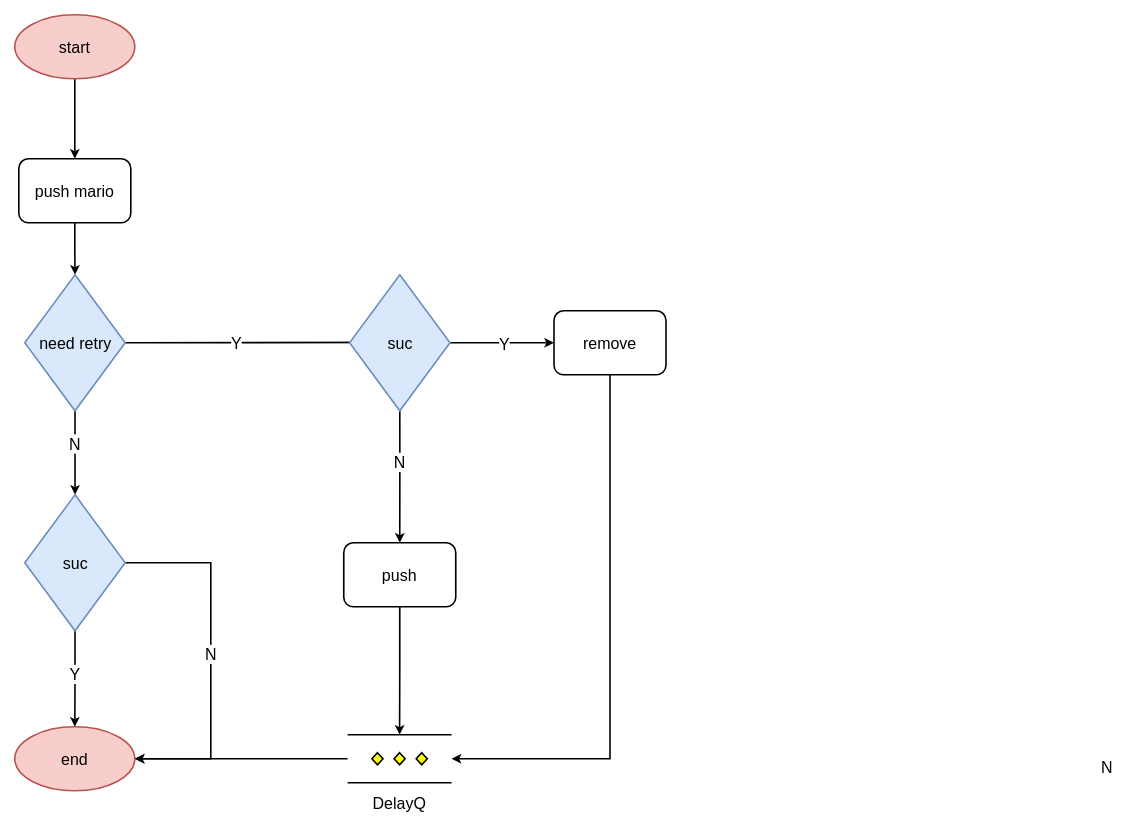
lixiangdaqian/diagrams keeps this draw.io diagram as 视频接入重试机制.drawio. Above is the earlier version. Source tidied: cells renumbered, new cells numbered last; positions are measured from the earlier drawing's top-left corner, leaving out a move shared by most shapes. Both pictures are drawn from the tidied source at 80%, with x=0, y=0 at pixel (14, 14).
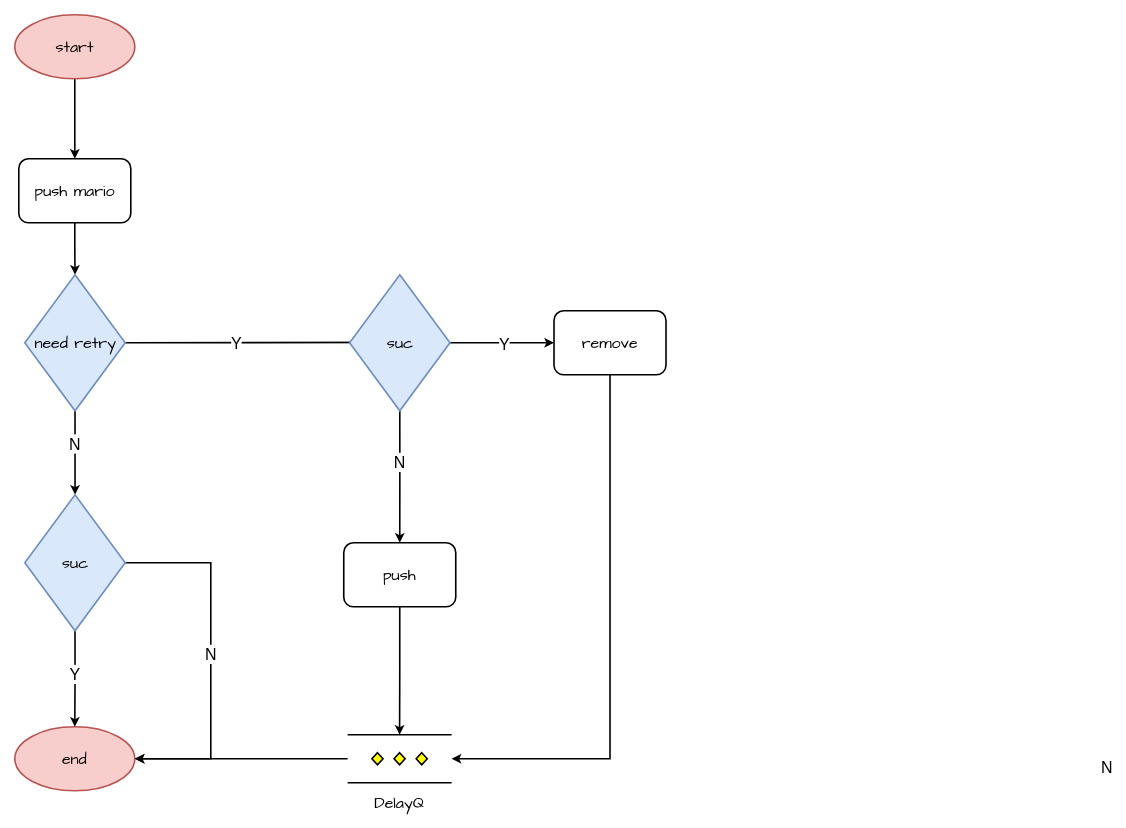
Above is the later version.

Commit message:
Update 视频接入重试机制.drawio

The edit, as a diff of the source:
```diff
@@
-    <mxCell id="3" value="push mario" style="rounded=1;whiteSpace=wrap;html=1;strokeWidth=2;fontSize=20;" parent="1" vertex="1">
+    <mxCell id="3" value="push mario" style="rounded=1;whiteSpace=wrap;html=1;strokeWidth=2;fontSize=20;fontFamily=Comic Sans MS;" parent="1" vertex="1">
       <mxGeometry x="5" y="180" width="140" height="80" as="geometry" />
     </mxCell>
@@
-    <mxCell id="9" value="need retry" style="strokeWidth=2;html=1;shape=mxgraph.flowchart.decision;whiteSpace=wrap;fontSize=20;fillColor=#dae8fc;strokeColor=#6c8ebf;shadow=0;" parent="1" vertex="1">
+    <mxCell id="9" value="need retry" style="strokeWidth=2;html=1;shape=mxgraph.flowchart.decision;whiteSpace=wrap;fontSize=20;fillColor=#dae8fc;strokeColor=#6c8ebf;shadow=0;fontFamily=Comic Sans MS;" parent="1" vertex="1">
       <mxGeometry x="12.5" y="325" width="125.5" height="170" as="geometry" />
     </mxCell>
@@
-    <mxCell id="11" value="&lt;span style=&quot;font-size: 20px;&quot;&gt;start&lt;/span&gt;" style="strokeWidth=2;html=1;shape=mxgraph.flowchart.start_2;whiteSpace=wrap;fontSize=20;fillColor=#f8cecc;strokeColor=#b85450;" parent="1" vertex="1">
+    <mxCell id="11" value="&lt;span style=&quot;font-size: 20px;&quot;&gt;start&lt;/span&gt;" style="strokeWidth=2;html=1;shape=mxgraph.flowchart.start_2;whiteSpace=wrap;fontSize=20;fillColor=#f8cecc;strokeColor=#b85450;fontFamily=Comic Sans MS;align=center;verticalAlign=middle;fontStyle=0;" parent="1" vertex="1">
       <mxGeometry width="150" height="80" as="geometry" />
     </mxCell>
@@
-    <mxCell id="16" value="&lt;span style=&quot;font-size: 20px&quot;&gt;end&lt;/span&gt;" style="strokeWidth=2;html=1;shape=mxgraph.flowchart.start_2;whiteSpace=wrap;fontSize=20;fillColor=#f8cecc;strokeColor=#b85450;" parent="1" vertex="1">
+    <mxCell id="16" value="&lt;span style=&quot;font-size: 20px&quot;&gt;end&lt;/span&gt;" style="strokeWidth=2;html=1;shape=mxgraph.flowchart.start_2;whiteSpace=wrap;fontSize=20;fillColor=#f8cecc;strokeColor=#b85450;fontFamily=Comic Sans MS;" parent="1" vertex="1">
       <mxGeometry y="890" width="150" height="80" as="geometry" />
     </mxCell>
@@
-    <mxCell id="18" value="remove" style="rounded=1;whiteSpace=wrap;html=1;strokeWidth=2;fontSize=20;" parent="1" vertex="1">
+    <mxCell id="18" value="remove" style="rounded=1;whiteSpace=wrap;html=1;strokeWidth=2;fontSize=20;fontFamily=Comic Sans MS;" parent="1" vertex="1">
       <mxGeometry x="674" y="370" width="140" height="80" as="geometry" />
     </mxCell>
@@
-    <mxCell id="20" value="push" style="rounded=1;whiteSpace=wrap;html=1;strokeWidth=2;fontSize=20;" parent="1" vertex="1">
+    <mxCell id="20" value="push" style="rounded=1;whiteSpace=wrap;html=1;strokeWidth=2;fontSize=20;fontFamily=Comic Sans MS;" parent="1" vertex="1">
       <mxGeometry x="411.2" y="660" width="140" height="80" as="geometry" />
     </mxCell>
@@
-    <mxCell id="23" value="DelayQ" style="text;html=1;strokeColor=none;fillColor=none;align=center;verticalAlign=middle;whiteSpace=wrap;rounded=0;fontSize=20;" parent="1" vertex="1">
+    <mxCell id="23" value="DelayQ" style="text;html=1;strokeColor=none;fillColor=none;align=center;verticalAlign=middle;whiteSpace=wrap;rounded=0;fontSize=20;fontFamily=Comic Sans MS;" parent="1" vertex="1">
       <mxGeometry x="451.2" y="970" width="60" height="30" as="geometry" />
     </mxCell>
-    <mxCell id="24" value="suc" style="strokeWidth=2;html=1;shape=mxgraph.flowchart.decision;whiteSpace=wrap;fontSize=20;fillColor=#dae8fc;strokeColor=#6c8ebf;shadow=0;" parent="1" vertex="1">
+    <mxCell id="24" value="suc" style="strokeWidth=2;html=1;shape=mxgraph.flowchart.decision;whiteSpace=wrap;fontSize=20;fillColor=#dae8fc;strokeColor=#6c8ebf;shadow=0;fontFamily=Comic Sans MS;" parent="1" vertex="1">
       <mxGeometry x="418.5" y="325" width="125.5" height="170" as="geometry" />
     </mxCell>
@@
-    <mxCell id="29" value="suc" style="strokeWidth=2;html=1;shape=mxgraph.flowchart.decision;whiteSpace=wrap;fontSize=20;fillColor=#dae8fc;strokeColor=#6c8ebf;shadow=0;" parent="1" vertex="1">
+    <mxCell id="29" value="suc" style="strokeWidth=2;html=1;shape=mxgraph.flowchart.decision;whiteSpace=wrap;fontSize=20;fillColor=#dae8fc;strokeColor=#6c8ebf;shadow=0;fontFamily=Comic Sans MS;" parent="1" vertex="1">
       <mxGeometry x="12.5" y="600" width="125.5" height="170" as="geometry" />
     </mxCell>
```
